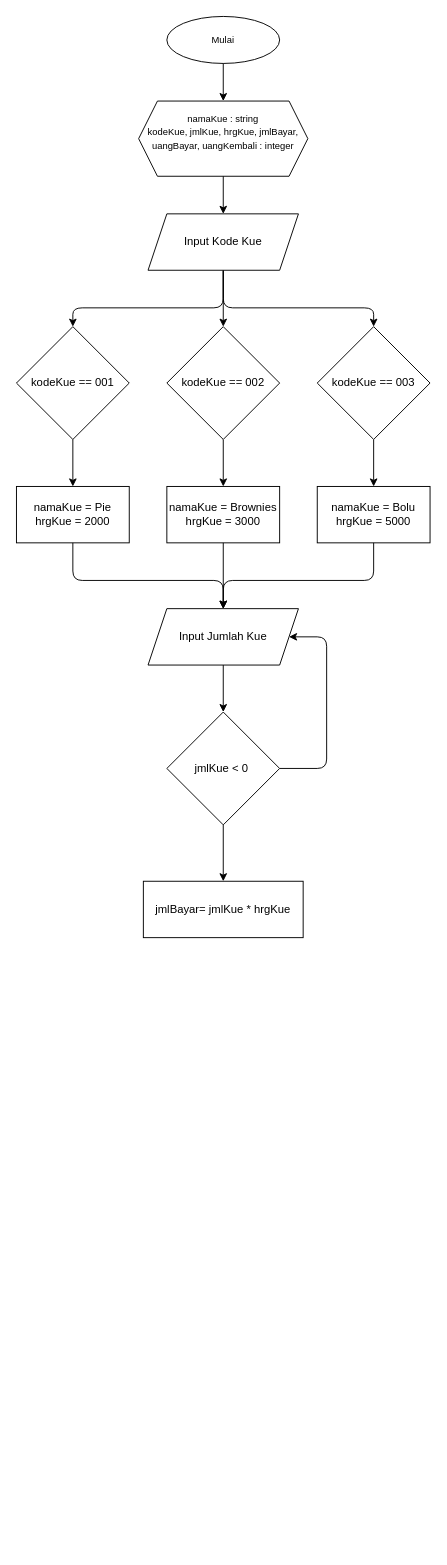
This is flowchart.drawio from trikrama/tri_krama-kasir_app, a draw.io file, before an edit. Source tidied: cells renumbered, new cells numbered last; positions are measured from the earlier drawing's top-left corner, leaving out a move shared by most shapes. Both pictures are drawn from the tidied source at 94%, with x=0, y=0 at pixel (16, 16).
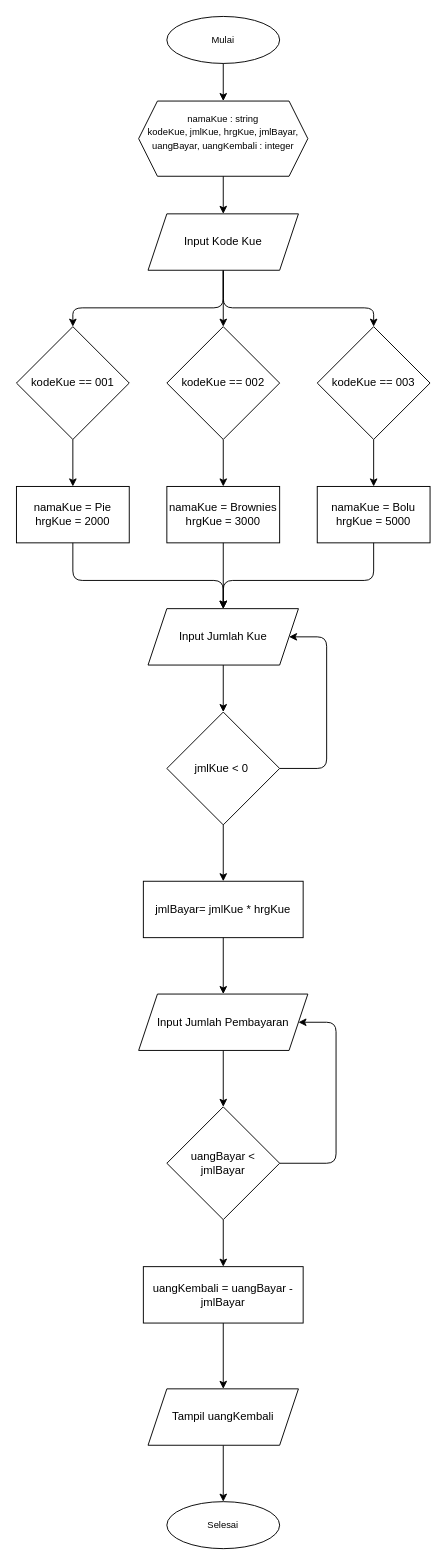
The same diagram, later.

Commit message:
Menambahkan inputan uang Bayar dan memberikan kondisi dari inputan serta menampilkan jumlah uang kembali pada file flowchart.drawio

What changed in the source:
```diff
@@
+    <mxCell id="28" style="edgeStyle=none;html=1;exitX=0.5;exitY=1;exitDx=0;exitDy=0;entryX=0.5;entryY=0;entryDx=0;entryDy=0;" parent="1" edge="1" target="30">
+      <mxGeometry relative="1" as="geometry">
+        <mxPoint x="220" y="980" as="sourcePoint" />
+      </mxGeometry>
+    </mxCell>
+    <mxCell id="29" style="edgeStyle=none;html=1;exitX=0.5;exitY=1;exitDx=0;exitDy=0;entryX=0.5;entryY=0;entryDx=0;entryDy=0;" parent="1" edge="1" source="30" target="33">
+      <mxGeometry relative="1" as="geometry" />
+    </mxCell>
+    <mxCell id="30" value="Input Jumlah Pembayaran" style="shape=parallelogram;perimeter=parallelogramPerimeter;whiteSpace=wrap;html=1;fixedSize=1;" parent="1" vertex="1">
+      <mxGeometry x="130" y="1040" width="180" height="60" as="geometry" />
+    </mxCell>
+    <mxCell id="31" style="edgeStyle=none;html=1;exitX=0.5;exitY=1;exitDx=0;exitDy=0;entryX=0.5;entryY=0;entryDx=0;entryDy=0;" parent="1" edge="1" source="33" target="35">
+      <mxGeometry relative="1" as="geometry" />
+    </mxCell>
+    <mxCell id="32" style="edgeStyle=none;html=1;exitX=1;exitY=0.5;exitDx=0;exitDy=0;entryX=1;entryY=0.5;entryDx=0;entryDy=0;" parent="1" edge="1" source="33" target="30">
+      <mxGeometry relative="1" as="geometry">
+        <Array as="points">
+          <mxPoint x="340" y="1220" />
+          <mxPoint x="340" y="1070" />
+        </Array>
+      </mxGeometry>
+    </mxCell>
+    <mxCell id="33" value="uangBayar &amp;lt; jmlBayar" style="rhombus;whiteSpace=wrap;html=1;" parent="1" vertex="1">
+      <mxGeometry x="160" y="1160" width="120" height="120" as="geometry" />
+    </mxCell>
+    <mxCell id="34" style="edgeStyle=none;html=1;exitX=0.5;exitY=1;exitDx=0;exitDy=0;entryX=0.5;entryY=0;entryDx=0;entryDy=0;" parent="1" edge="1" source="35" target="37">
+      <mxGeometry relative="1" as="geometry" />
+    </mxCell>
+    <mxCell id="35" value="uangKembali = uangBayar - jmlBayar" style="rounded=0;whiteSpace=wrap;html=1;" parent="1" vertex="1">
+      <mxGeometry x="135" y="1330" width="170" height="60" as="geometry" />
+    </mxCell>
+    <mxCell id="36" style="edgeStyle=none;html=1;exitX=0.5;exitY=1;exitDx=0;exitDy=0;entryX=0.5;entryY=0;entryDx=0;entryDy=0;" parent="1" edge="1" source="37" target="38">
+      <mxGeometry relative="1" as="geometry" />
+    </mxCell>
+    <mxCell id="37" value="Tampil uangKembali" style="shape=parallelogram;perimeter=parallelogramPerimeter;whiteSpace=wrap;html=1;fixedSize=1;" parent="1" vertex="1">
+      <mxGeometry x="140" y="1460" width="160" height="60" as="geometry" />
+    </mxCell>
+    <mxCell id="38" value="&lt;span style=&quot;font-size: 10px&quot;&gt;Selesai&lt;/span&gt;" style="ellipse;whiteSpace=wrap;html=1;" parent="1" vertex="1">
+      <mxGeometry x="160" y="1580" width="120" height="50" as="geometry" />
+    </mxCell>
```
